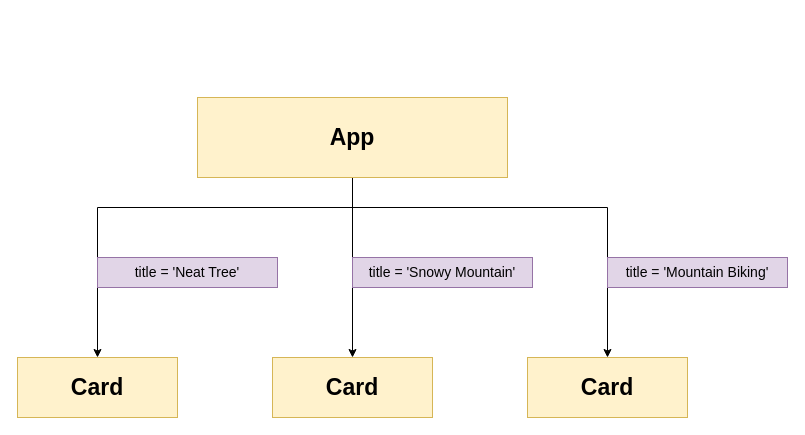
Above: page "21 - binding" (12 of 22) of diagrams/cards/diagrams.drawio in StephenGrider/ng-casts (draw.io), before the change. Source tidied: cells renumbered, new cells numbered last; positions are measured from the earlier drawing's top-left corner, leaving out a move shared by most shapes. Both pictures are drawn from the tidied source at 100%, with x=0, y=0 at pixel (17, 97).
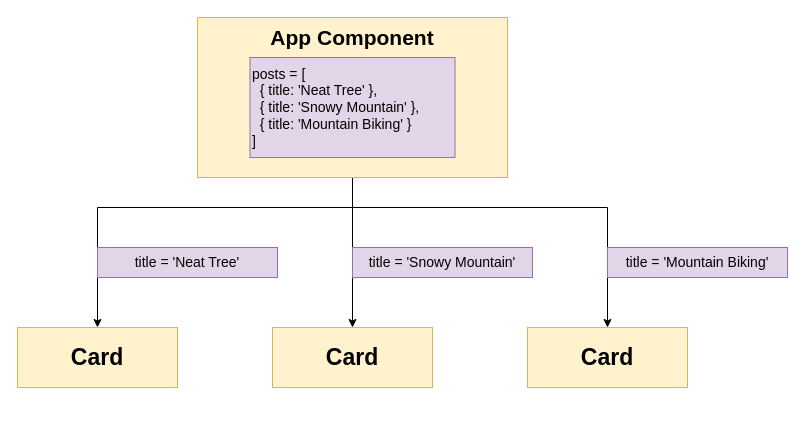
After the change.

Change to the diagram source:
```diff
@@
 <mxGraphModel>
   <root>
     <mxCell id="0" />
     <mxCell id="1" parent="0" />
     <mxCell id="2" value="Card" style="rounded=0;whiteSpace=wrap;html=1;shadow=0;strokeWidth=1;fontSize=23;align=center;fillColor=#fff2cc;strokeColor=#d6b656;fontStyle=1;" parent="1" vertex="1">
-      <mxGeometry y="260" width="160" height="60" as="geometry" />
+      <mxGeometry y="230" width="160" height="60" as="geometry" />
     </mxCell>
     <mxCell id="3" style="edgeStyle=orthogonalEdgeStyle;rounded=0;jettySize=auto;html=1;exitX=0.5;exitY=1;exitDx=0;exitDy=0;strokeWidth=1;fontSize=23;" parent="1" edge="1" source="6" target="2">
       <mxGeometry relative="1" as="geometry">
         <Array as="points">
           <mxPoint x="335" y="110" />
           <mxPoint x="80" y="110" />
         </Array>
       </mxGeometry>
     </mxCell>
     <mxCell id="4" style="edgeStyle=orthogonalEdgeStyle;rounded=0;jettySize=auto;html=1;exitX=0.5;exitY=1;exitDx=0;exitDy=0;strokeWidth=1;fontSize=21;" parent="1" edge="1" source="6" target="7">
       <mxGeometry relative="1" as="geometry" />
     </mxCell>
     <mxCell id="5" style="edgeStyle=orthogonalEdgeStyle;rounded=0;jettySize=auto;html=1;exitX=0.5;exitY=1;exitDx=0;exitDy=0;strokeWidth=1;fontSize=21;" parent="1" edge="1" source="6" target="8">
       <mxGeometry relative="1" as="geometry">
         <Array as="points">
           <mxPoint x="335" y="110" />
           <mxPoint x="590" y="110" />
         </Array>
       </mxGeometry>
     </mxCell>
-    <mxCell id="6" value="App" style="rounded=0;whiteSpace=wrap;html=1;shadow=0;strokeWidth=1;fontSize=23;align=center;fillColor=#fff2cc;strokeColor=#d6b656;fontStyle=1;" parent="1" vertex="1">
-      <mxGeometry x="180" width="310" height="80" as="geometry" />
+    <mxCell id="6" style="rounded=0;whiteSpace=wrap;html=1;shadow=0;strokeWidth=1;fontSize=23;align=center;fillColor=#fff2cc;strokeColor=#d6b656;fontStyle=1;" parent="1" vertex="1">
+      <mxGeometry x="180" y="-80" width="310" height="160" as="geometry" />
     </mxCell>
     <mxCell id="7" value="Card" style="rounded=0;whiteSpace=wrap;html=1;shadow=0;strokeWidth=1;fontSize=23;align=center;fillColor=#fff2cc;strokeColor=#d6b656;fontStyle=1;" parent="1" vertex="1">
-      <mxGeometry x="255" y="260" width="160" height="60" as="geometry" />
+      <mxGeometry x="255" y="230" width="160" height="60" as="geometry" />
     </mxCell>
     <mxCell id="8" value="Card" style="rounded=0;whiteSpace=wrap;html=1;shadow=0;strokeWidth=1;fontSize=23;align=center;fillColor=#fff2cc;strokeColor=#d6b656;fontStyle=1;" parent="1" vertex="1">
-      <mxGeometry x="510" y="260" width="160" height="60" as="geometry" />
+      <mxGeometry x="510" y="230" width="160" height="60" as="geometry" />
     </mxCell>
     <mxCell id="9" value="title = 'Neat Tree'" style="rounded=0;whiteSpace=wrap;html=1;shadow=0;strokeWidth=1;fontSize=14;align=center;fillColor=#e1d5e7;strokeColor=#9673a6;fontStyle=0;" parent="1" vertex="1">
-      <mxGeometry x="80" y="160" width="180" height="30" as="geometry" />
+      <mxGeometry x="80" y="150" width="180" height="30" as="geometry" />
     </mxCell>
     <mxCell id="10" value="title = 'Snowy Mountain'" style="rounded=0;whiteSpace=wrap;html=1;shadow=0;strokeWidth=1;fontSize=14;align=center;fillColor=#e1d5e7;strokeColor=#9673a6;fontStyle=0;" parent="1" vertex="1">
-      <mxGeometry x="335" y="160" width="180" height="30" as="geometry" />
+      <mxGeometry x="335" y="150" width="180" height="30" as="geometry" />
     </mxCell>
     <mxCell id="11" value="title = 'Mountain Biking'" style="rounded=0;whiteSpace=wrap;html=1;shadow=0;strokeWidth=1;fontSize=14;align=center;fillColor=#e1d5e7;strokeColor=#9673a6;fontStyle=0;" parent="1" vertex="1">
-      <mxGeometry x="590" y="160" width="180" height="30" as="geometry" />
+      <mxGeometry x="590" y="150" width="180" height="30" as="geometry" />
     </mxCell>
+    <mxCell id="12" value="App Component" style="text;html=1;strokeColor=none;fillColor=none;align=center;verticalAlign=middle;whiteSpace=wrap;rounded=0;shadow=0;fontSize=21;fontStyle=1;" parent="1" vertex="1">
+      <mxGeometry x="245" y="-70" width="180" height="20" as="geometry" />
+    </mxCell>
+    <mxCell id="13" value="posts = [&lt;br style=&quot;font-size: 14px&quot;&gt;&amp;nbsp; { title: 'Neat Tree' },&lt;br style=&quot;font-size: 14px&quot;&gt;&amp;nbsp; { title: 'Snowy Mountain' },&lt;br style=&quot;font-size: 14px&quot;&gt;&amp;nbsp; { title: 'Mountain Biking' }&lt;br style=&quot;font-size: 14px&quot;&gt;]" style="rounded=0;whiteSpace=wrap;html=1;shadow=0;strokeWidth=1;fontSize=14;align=left;fillColor=#e1d5e7;strokeColor=#9673a6;fontStyle=0;" parent="1" vertex="1">
+      <mxGeometry x="232.5" y="-40" width="205" height="100" as="geometry" />
+    </mxCell>
   </root>
 </mxGraphModel>
```
